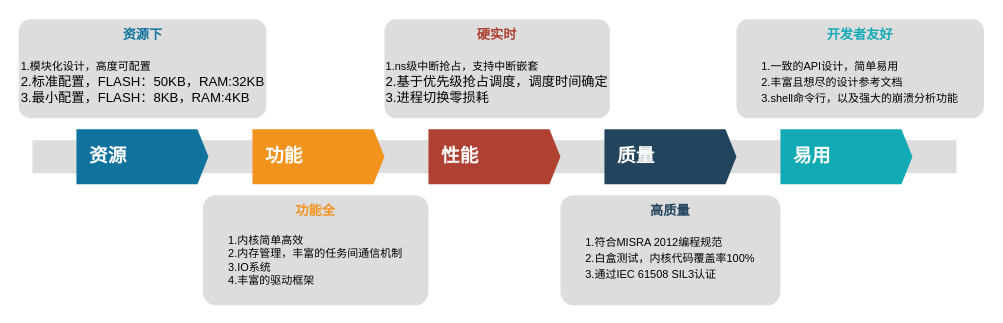
This is page "其他特性" (7 of 8) of draw/ppt.drawio from peng-fan/drawio, a draw.io file, before an edit. Source tidied: cells renumbered, new cells numbered last; positions are measured from the earlier drawing's top-left corner, leaving out a move shared by most shapes. Both pictures are drawn from the tidied source at 110%, with x=0, y=0 at pixel (18, 19).
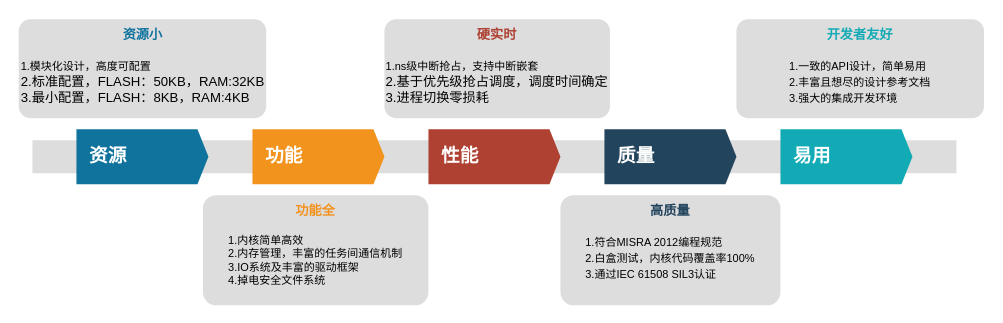
The same page after the edit.

What changed in the source:
```diff
@@
 <mxGraphModel>
   <root>
     <mxCell id="0" />
     <mxCell id="1" parent="0" />
     <mxCell id="2" style="fillColor=#dddddd;rounded=0;strokeColor=none;align=center;" parent="1" vertex="1">
       <mxGeometry x="13" y="110" width="840" height="30" as="geometry" />
     </mxCell>
     <mxCell id="3" value="资源" style="shape=mxgraph.infographic.ribbonSimple;notch1=0;notch2=10;notch=0;html=1;fillColor=#10739E;strokeColor=none;shadow=0;fontSize=17;fontColor=#FFFFFF;align=left;spacingLeft=10;fontStyle=1;" parent="1" vertex="1">
       <mxGeometry x="53" y="100" width="120" height="50" as="geometry" />
     </mxCell>
     <mxCell id="4" value="功能" style="shape=mxgraph.infographic.ribbonSimple;notch1=0;notch2=10;notch=0;html=1;fillColor=#F2931E;strokeColor=none;shadow=0;fontSize=17;fontColor=#FFFFFF;align=left;spacingLeft=10;fontStyle=1;" parent="1" vertex="1">
       <mxGeometry x="213" y="100" width="120" height="50" as="geometry" />
     </mxCell>
     <mxCell id="5" value="性能" style="shape=mxgraph.infographic.ribbonSimple;notch1=0;notch2=10;notch=0;html=1;fillColor=#AE4132;strokeColor=none;shadow=0;fontSize=17;fontColor=#FFFFFF;align=left;spacingLeft=10;fontStyle=1;" parent="1" vertex="1">
       <mxGeometry x="373" y="100" width="120" height="50" as="geometry" />
     </mxCell>
     <mxCell id="6" value="质量" style="shape=mxgraph.infographic.ribbonSimple;notch1=0;notch2=10;notch=0;html=1;fillColor=#23445D;strokeColor=none;shadow=0;fontSize=17;fontColor=#FFFFFF;align=left;spacingLeft=10;fontStyle=1;" parent="1" vertex="1">
       <mxGeometry x="533" y="100" width="120" height="50" as="geometry" />
     </mxCell>
     <mxCell id="7" value="易用" style="shape=mxgraph.infographic.ribbonSimple;notch1=0;notch2=10;notch=0;html=1;fillColor=#12AAB5;strokeColor=none;shadow=0;fontSize=17;fontColor=#FFFFFF;align=left;spacingLeft=10;fontStyle=1;" parent="1" vertex="1">
       <mxGeometry x="693" y="100" width="120" height="50" as="geometry" />
     </mxCell>
-    <mxCell id="8" value="&lt;font style=&quot;font-size: 10px&quot;&gt;&lt;font style=&quot;font-size: 12px&quot; color=&quot;#10739E&quot;&gt;&lt;b&gt;资源下&lt;/b&gt;&lt;/font&gt;&lt;br&gt;&lt;br style=&quot;font-size: 12px&quot;&gt;&lt;div style=&quot;font-size: 12px ; text-align: left&quot;&gt;&lt;span style=&quot;font-size: x-small&quot;&gt;1.模块化设计，高度可配置&lt;/span&gt;&lt;/div&gt;&lt;span style=&quot;font-size: 12px&quot;&gt;&lt;div style=&quot;text-align: left&quot;&gt;2.标准配置，FLASH：50KB，RAM:32KB&lt;/div&gt;&lt;/span&gt;&lt;font style=&quot;font-size: 12px&quot;&gt;&lt;div style=&quot;text-align: left&quot;&gt;3.最小配置，FLASH：8KB，RAM:4KB&lt;/div&gt;&lt;/font&gt;&lt;/font&gt;" style="rounded=1;strokeColor=none;fillColor=#DDDDDD;align=center;arcSize=12;verticalAlign=top;whiteSpace=wrap;html=1;fontSize=12;" parent="1" vertex="1">
+    <mxCell id="8" value="&lt;font style=&quot;font-size: 10px&quot;&gt;&lt;font style=&quot;font-size: 12px&quot; color=&quot;#10739E&quot;&gt;&lt;b&gt;资源小&lt;/b&gt;&lt;/font&gt;&lt;br&gt;&lt;br style=&quot;font-size: 12px&quot;&gt;&lt;div style=&quot;font-size: 12px ; text-align: left&quot;&gt;&lt;span style=&quot;font-size: x-small&quot;&gt;1.模块化设计，高度可配置&lt;/span&gt;&lt;/div&gt;&lt;span style=&quot;font-size: 12px&quot;&gt;&lt;div style=&quot;text-align: left&quot;&gt;2.标准配置，FLASH：50KB，RAM:32KB&lt;/div&gt;&lt;/span&gt;&lt;font style=&quot;font-size: 12px&quot;&gt;&lt;div style=&quot;text-align: left&quot;&gt;3.最小配置，FLASH：8KB，RAM:4KB&lt;/div&gt;&lt;/font&gt;&lt;/font&gt;" style="rounded=1;strokeColor=none;fillColor=#DDDDDD;align=center;arcSize=12;verticalAlign=top;whiteSpace=wrap;html=1;fontSize=12;" parent="1" vertex="1">
       <mxGeometry x="0.5" width="225" height="90" as="geometry" />
     </mxCell>
-    <mxCell id="9" value="&lt;font style=&quot;font-size: 10px&quot;&gt;&lt;font style=&quot;font-size: 12px&quot; color=&quot;#F2931E&quot;&gt;&lt;b&gt;功能全&lt;/b&gt;&lt;/font&gt;&lt;br&gt;&lt;br&gt;&lt;div style=&quot;text-align: left&quot;&gt;&lt;span style=&quot;font-size: x-small&quot;&gt;1.内核简单高效&lt;/span&gt;&lt;/div&gt;&lt;font size=&quot;1&quot;&gt;&lt;div style=&quot;text-align: left&quot;&gt;&lt;span&gt;2.内存管理，丰富的任务间通信机制&lt;/span&gt;&lt;/div&gt;&lt;div style=&quot;text-align: left&quot;&gt;&lt;span&gt;3.IO系统&lt;/span&gt;&lt;/div&gt;&lt;div style=&quot;text-align: left&quot;&gt;&lt;span&gt;4.丰富的驱动框架&lt;/span&gt;&lt;/div&gt;&lt;/font&gt;&lt;/font&gt;" style="rounded=1;strokeColor=none;fillColor=#DDDDDD;align=center;arcSize=12;verticalAlign=top;whiteSpace=wrap;html=1;fontSize=12;" parent="1" vertex="1">
+    <mxCell id="9" value="&lt;font style=&quot;font-size: 10px&quot;&gt;&lt;font style=&quot;font-size: 12px&quot; color=&quot;#F2931E&quot;&gt;&lt;b&gt;功能全&lt;/b&gt;&lt;/font&gt;&lt;br&gt;&lt;br&gt;&lt;div style=&quot;text-align: left&quot;&gt;&lt;span style=&quot;font-size: x-small&quot;&gt;1.内核简单高效&lt;/span&gt;&lt;/div&gt;&lt;font size=&quot;1&quot;&gt;&lt;div style=&quot;text-align: left&quot;&gt;&lt;span&gt;2.内存管理，丰富的任务间通信机制&lt;/span&gt;&lt;/div&gt;&lt;div style=&quot;text-align: left&quot;&gt;&lt;span&gt;3.IO系统及丰富的驱动框架&lt;/span&gt;&lt;/div&gt;&lt;/font&gt;&lt;font size=&quot;1&quot;&gt;&lt;div style=&quot;text-align: left&quot;&gt;&lt;span&gt;4.掉电安全文件系统&lt;/span&gt;&lt;/div&gt;&lt;/font&gt;&lt;/font&gt;" style="rounded=1;strokeColor=none;fillColor=#DDDDDD;align=center;arcSize=12;verticalAlign=top;whiteSpace=wrap;html=1;fontSize=12;" parent="1" vertex="1">
       <mxGeometry x="168" y="160" width="205" height="100" as="geometry" />
     </mxCell>
     <mxCell id="10" value="&lt;font&gt;&lt;font style=&quot;font-size: 12px&quot; color=&quot;#AE4132&quot;&gt;&lt;b&gt;硬实时&lt;/b&gt;&lt;/font&gt;&lt;br&gt;&lt;br&gt;&lt;div style=&quot;text-align: left&quot;&gt;&lt;span style=&quot;font-size: x-small&quot;&gt;1.ns级中断抢占，支持中断嵌套&lt;/span&gt;&lt;/div&gt;&lt;font size=&quot;1&quot;&gt;&lt;div style=&quot;text-align: left&quot;&gt;&lt;span style=&quot;font-size: 12px&quot;&gt;2.基于优先级抢占调度，调度时间确定&lt;/span&gt;&lt;/div&gt;&lt;div style=&quot;text-align: left&quot;&gt;&lt;span style=&quot;font-size: 12px&quot;&gt;3.进程切换零损耗&lt;/span&gt;&lt;/div&gt;&lt;/font&gt;&lt;/font&gt;" style="rounded=1;strokeColor=none;fillColor=#DDDDDD;align=center;arcSize=12;verticalAlign=top;whiteSpace=wrap;html=1;fontSize=12;" parent="1" vertex="1">
       <mxGeometry x="333" width="205" height="90" as="geometry" />
     </mxCell>
     <mxCell id="11" value="&lt;font&gt;&lt;font color=&quot;#23445d&quot;&gt;&lt;b&gt;高质量&lt;/b&gt;&lt;/font&gt;&lt;br&gt;&lt;br&gt;&lt;div style=&quot;text-align: left&quot;&gt;&lt;span style=&quot;font-size: 10px&quot;&gt;1.符合MISRA 2012编程规范&lt;/span&gt;&lt;/div&gt;&lt;div style=&quot;text-align: left&quot;&gt;&lt;span style=&quot;font-size: 10px&quot;&gt;2.白盒测试，内核代码覆盖率100%&lt;/span&gt;&lt;/div&gt;&lt;div style=&quot;text-align: left&quot;&gt;&lt;span style=&quot;font-size: 10px&quot;&gt;3.通过IEC 61508 SIL3认证&lt;/span&gt;&lt;/div&gt;&lt;/font&gt;" style="rounded=1;strokeColor=none;fillColor=#DDDDDD;align=center;arcSize=12;verticalAlign=top;whiteSpace=wrap;html=1;fontSize=12;" parent="1" vertex="1">
       <mxGeometry x="493" y="160" width="200" height="100" as="geometry" />
     </mxCell>
-    <mxCell id="12" value="&lt;font&gt;&lt;font color=&quot;#12aab5&quot;&gt;&lt;b&gt;开发者友好&lt;/b&gt;&lt;/font&gt;&lt;br&gt;&lt;br&gt;&lt;div style=&quot;text-align: left&quot;&gt;&lt;span style=&quot;font-size: 10px&quot;&gt;1.一致的API设计，简单易用&lt;/span&gt;&lt;/div&gt;&lt;div style=&quot;text-align: left&quot;&gt;&lt;span style=&quot;font-size: 10px&quot;&gt;2.丰富且想尽的设计参考文档&lt;/span&gt;&lt;/div&gt;&lt;div style=&quot;text-align: left&quot;&gt;&lt;span style=&quot;font-size: 10px&quot;&gt;3.shell命令行，以及强大的崩溃分析功能&lt;/span&gt;&lt;/div&gt;&lt;/font&gt;" style="rounded=1;strokeColor=none;fillColor=#DDDDDD;align=center;arcSize=12;verticalAlign=top;whiteSpace=wrap;html=1;fontSize=12;" parent="1" vertex="1">
+    <mxCell id="12" value="&lt;font&gt;&lt;font color=&quot;#12aab5&quot;&gt;&lt;b&gt;开发者友好&lt;/b&gt;&lt;/font&gt;&lt;br&gt;&lt;br&gt;&lt;div style=&quot;text-align: left&quot;&gt;&lt;span style=&quot;font-size: 10px&quot;&gt;1.一致的API设计，简单易用&lt;/span&gt;&lt;/div&gt;&lt;div style=&quot;text-align: left&quot;&gt;&lt;span style=&quot;font-size: 10px&quot;&gt;2.丰富且想尽的设计参考文档&lt;/span&gt;&lt;/div&gt;&lt;div style=&quot;text-align: left&quot;&gt;&lt;span style=&quot;font-size: 10px&quot;&gt;3.强大的集成开发环境&lt;/span&gt;&lt;/div&gt;&lt;/font&gt;" style="rounded=1;strokeColor=none;fillColor=#DDDDDD;align=center;arcSize=12;verticalAlign=top;whiteSpace=wrap;html=1;fontSize=12;" parent="1" vertex="1">
       <mxGeometry x="653" width="225" height="90" as="geometry" />
     </mxCell>
   </root>
 </mxGraphModel>
```
